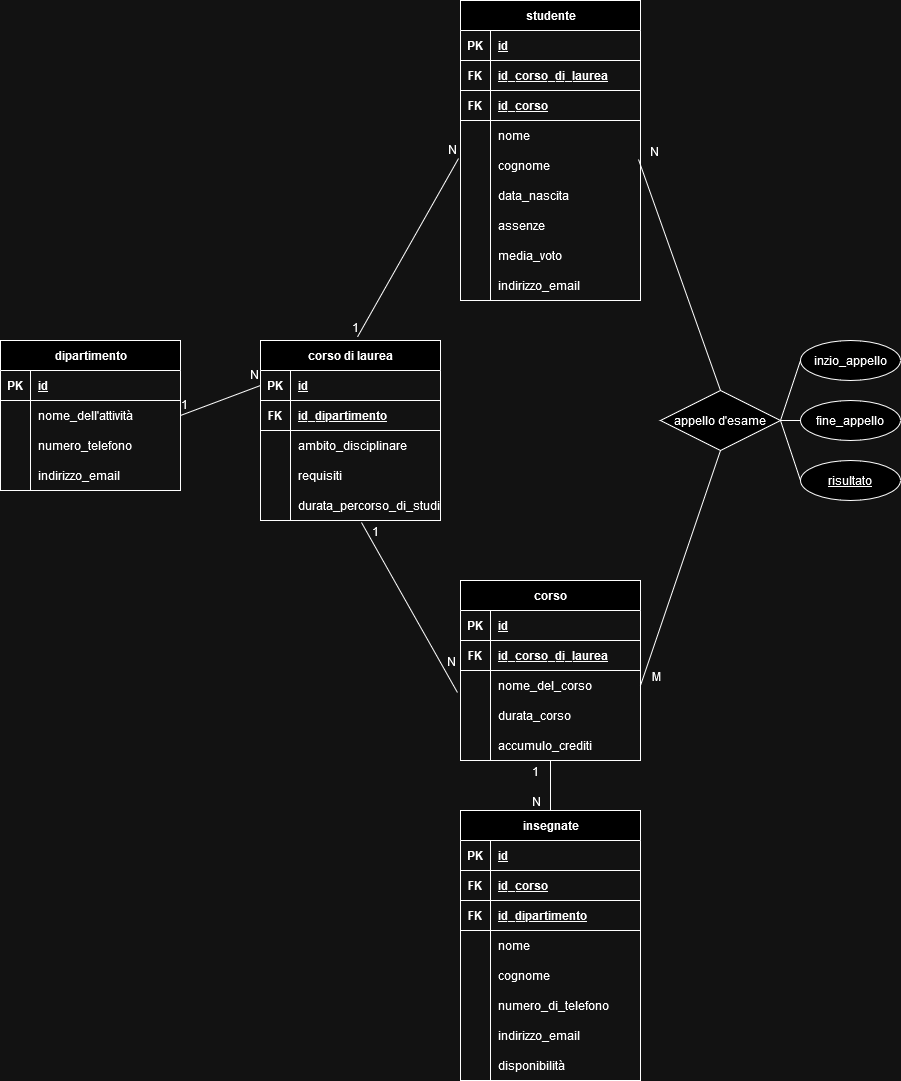
Before: Database università.drawio.png, a diagram exported from draw.io (Pepesalezucchero/db-university). Source tidied: cells renumbered, new cells last; positions are measured from the earlier drawing's top-left corner, leaving out a move shared by most shapes.
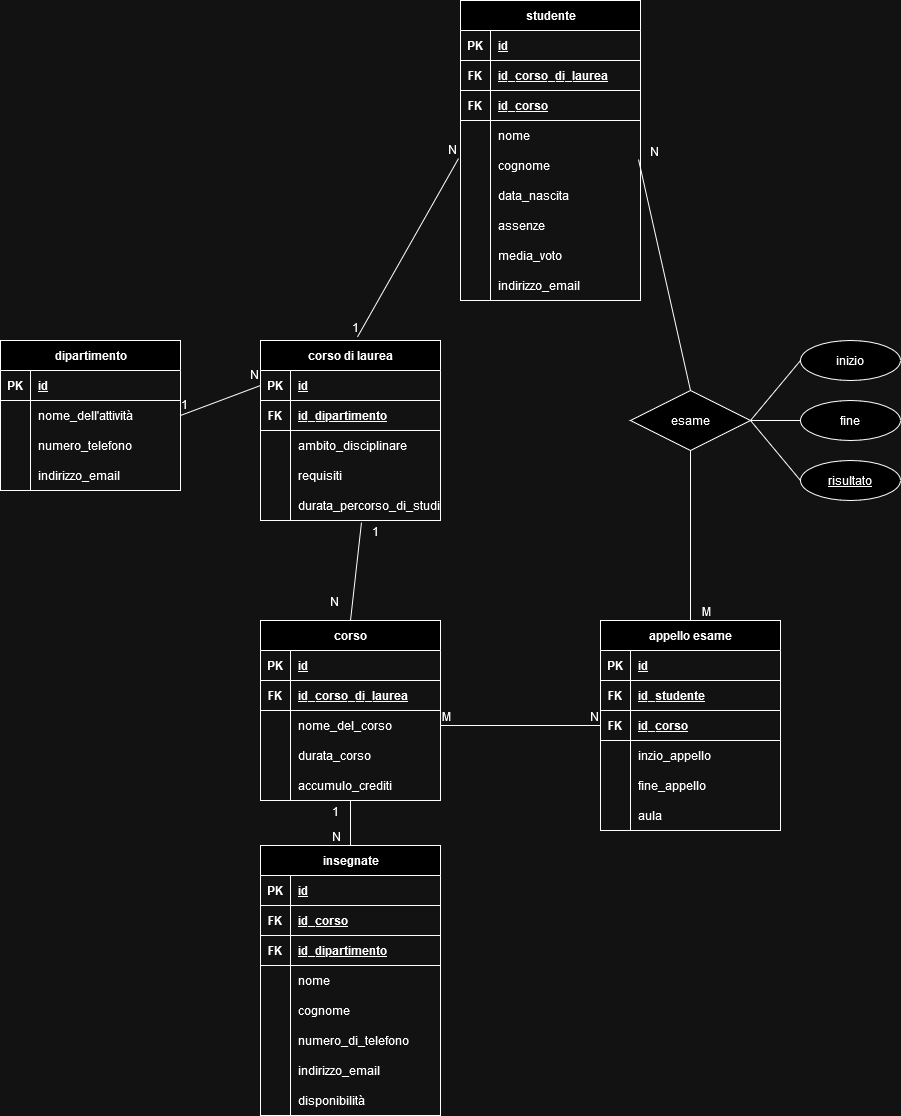
After the change.

Change to the diagram source:
```diff
@@ -90,7 +90,7 @@
       <mxGeometry x="30" width="150" height="30" as="geometry" />
     </mxCell>
     <mxCell id="31" value="corso" style="shape=table;startSize=30;rowLines=0;fontStyle=1;align=center;html=1;" parent="1" vertex="1">
-      <mxGeometry x="460" y="580" width="180" height="180" as="geometry" />
+      <mxGeometry x="260" y="620" width="180" height="180" as="geometry" />
     </mxCell>
     <mxCell id="32" style="shape=tableRow;horizontal=0;startSize=0;swimlaneHead=0;swimlaneBody=0;fillColor=none;top=0;left=0;right=0;bottom=1;" parent="31" vertex="1">
       <mxGeometry y="30" width="180" height="30" as="geometry" />
@@ -150,7 +150,7 @@
         <mxPoint y="-2" as="offset" />
       </mxGeometry>
     </mxCell>
-    <mxCell id="50" style="endArrow=none;html=1;rounded=0;entryX=-0.017;entryY=0.733;entryDx=0;entryDy=0;entryPerimeter=0;exitX=0.561;exitY=1.067;exitDx=0;exitDy=0;exitPerimeter=0;" parent="1" edge="1" source="28" target="38">
+    <mxCell id="50" style="endArrow=none;html=1;rounded=0;entryX=0.5;entryY=0;entryDx=0;entryDy=0;exitX=0.561;exitY=1.067;exitDx=0;exitDy=0;exitPerimeter=0;" parent="1" edge="1" source="28" target="31">
       <mxGeometry relative="1" as="geometry" />
     </mxCell>
     <mxCell id="51" value="1" style="html=1;whiteSpace=wrap;align=left;verticalAlign=bottom;" parent="50" vertex="1">
@@ -160,11 +160,11 @@
     </mxCell>
     <mxCell id="52" value="N" style="html=1;whiteSpace=wrap;align=right;verticalAlign=bottom;" parent="50" vertex="1">
       <mxGeometry x="1" relative="1" as="geometry">
-        <mxPoint y="-22" as="offset" />
+        <mxPoint x="-10" y="-10" as="offset" />
       </mxGeometry>
     </mxCell>
     <mxCell id="53" value="insegnate" style="shape=table;startSize=30;rowLines=0;fontStyle=1;align=center;html=1;" parent="1" vertex="1">
-      <mxGeometry x="460" y="810" width="180" height="270" as="geometry" />
+      <mxGeometry x="260" y="845" width="180" height="270" as="geometry" />
     </mxCell>
     <mxCell id="54" style="shape=tableRow;horizontal=0;startSize=0;swimlaneHead=0;swimlaneBody=0;fillColor=none;top=0;left=0;right=0;bottom=1;" parent="53" vertex="1">
       <mxGeometry y="30" width="180" height="30" as="geometry" />
@@ -338,10 +338,10 @@
     </mxCell>
     <mxCell id="110" value="N" style="html=1;whiteSpace=wrap;align=right;verticalAlign=bottom;" parent="109" vertex="1">
       <mxGeometry x="1" relative="1" as="geometry">
-        <mxPoint x="-60" y="-230" as="offset" />
+        <mxPoint x="-30" y="-230" as="offset" />
       </mxGeometry>
     </mxCell>
-    <mxCell id="111" style="endArrow=none;html=1;rounded=0;entryX=0.5;entryY=1;entryDx=0;entryDy=0;exitX=1;exitY=0.5;exitDx=0;exitDy=0;" parent="1" edge="1" source="38" target="113">
+    <mxCell id="111" style="endArrow=none;html=1;rounded=0;entryX=0.5;entryY=1;entryDx=0;entryDy=0;exitX=0.5;exitY=0;exitDx=0;exitDy=0;" parent="1" edge="1" source="123" target="113">
       <mxGeometry relative="1" as="geometry" />
     </mxCell>
     <mxCell id="112" value="M" style="html=1;whiteSpace=wrap;align=left;verticalAlign=bottom;" parent="111" vertex="1">
@@ -349,19 +349,17 @@
         <mxPoint x="10" as="offset" />
       </mxGeometry>
     </mxCell>
-    <mxCell id="113" value="appello d'esame" style="shape=rhombus;perimeter=rhombusPerimeter;whiteSpace=wrap;html=1;align=center;" parent="1" vertex="1">
-      <mxGeometry x="660" y="390" width="120" height="60" as="geometry" />
+    <mxCell id="113" value="esame" style="shape=rhombus;perimeter=rhombusPerimeter;whiteSpace=wrap;html=1;align=center;" parent="1" vertex="1">
+      <mxGeometry x="630" y="390" width="120" height="60" as="geometry" />
     </mxCell>
-    <mxCell id="114" value="inzio_appello" style="ellipse;whiteSpace=wrap;html=1;align=center;" parent="1" vertex="1">
+    <mxCell id="114" value="inizio" style="ellipse;whiteSpace=wrap;html=1;align=center;" parent="1" vertex="1">
       <mxGeometry x="800" y="340" width="100" height="40" as="geometry" />
     </mxCell>
-    <mxCell id="115" value="fine_appello" style="ellipse;whiteSpace=wrap;html=1;align=center;" parent="1" vertex="1">
+    <mxCell id="115" value="fine" style="ellipse;whiteSpace=wrap;html=1;align=center;" parent="1" vertex="1">
       <mxGeometry x="800" y="400" width="100" height="40" as="geometry" />
     </mxCell>
-    <mxCell id="116" style="endArrow=none;html=1;rounded=0;entryX=0;entryY=0.5;entryDx=0;entryDy=0;" parent="1" edge="1" target="114">
-      <mxGeometry relative="1" as="geometry">
-        <mxPoint x="780" y="420" as="sourcePoint" />
-      </mxGeometry>
+    <mxCell id="116" style="endArrow=none;html=1;rounded=0;entryX=0;entryY=0.5;entryDx=0;entryDy=0;exitX=1;exitY=0.5;exitDx=0;exitDy=0;" parent="1" edge="1" source="113" target="114">
+      <mxGeometry relative="1" as="geometry" />
     </mxCell>
     <mxCell id="117" style="endArrow=none;html=1;rounded=0;entryX=0;entryY=0.5;entryDx=0;entryDy=0;exitX=1;exitY=0.5;exitDx=0;exitDy=0;" parent="1" edge="1" source="113" target="115">
       <mxGeometry relative="1" as="geometry" />
@@ -385,5 +383,71 @@
         <mxPoint x="-10" y="20" as="offset" />
       </mxGeometry>
     </mxCell>
+    <mxCell id="123" value="appello esame" style="shape=table;startSize=30;rowLines=0;fontStyle=1;align=center;html=1;" parent="1" vertex="1">
+      <mxGeometry x="600" y="620" width="180" height="210" as="geometry" />
+    </mxCell>
+    <mxCell id="124" style="shape=tableRow;horizontal=0;startSize=0;swimlaneHead=0;swimlaneBody=0;fillColor=none;top=0;left=0;right=0;bottom=1;" parent="123" vertex="1">
+      <mxGeometry y="30" width="180" height="30" as="geometry" />
+    </mxCell>
+    <mxCell id="125" value="PK" style="shape=partialRectangle;fillColor=none;top=0;left=0;bottom=0;right=0;fontStyle=1;overflow=hidden;whiteSpace=wrap;html=1;" parent="124" vertex="1">
+      <mxGeometry width="30" height="30" as="geometry" />
+    </mxCell>
+    <mxCell id="126" value="id" style="shape=partialRectangle;fillColor=none;top=0;left=0;bottom=0;right=0;align=left;spacingLeft=6;fontStyle=5;overflow=hidden;whiteSpace=wrap;html=1;" parent="124" vertex="1">
+      <mxGeometry x="30" width="150" height="30" as="geometry" />
+    </mxCell>
+    <mxCell id="127" style="shape=tableRow;horizontal=0;startSize=0;swimlaneHead=0;swimlaneBody=0;fillColor=none;top=0;left=0;right=0;bottom=1;" parent="123" vertex="1">
+      <mxGeometry y="60" width="180" height="30" as="geometry" />
+    </mxCell>
+    <mxCell id="128" value="FK" style="shape=partialRectangle;fillColor=none;top=0;left=0;bottom=0;right=0;fontStyle=1;overflow=hidden;whiteSpace=wrap;html=1;" parent="127" vertex="1">
+      <mxGeometry width="30" height="30" as="geometry" />
+    </mxCell>
+    <mxCell id="129" value="id_studente" style="shape=partialRectangle;fillColor=none;top=0;left=0;bottom=0;right=0;align=left;spacingLeft=6;fontStyle=5;overflow=hidden;whiteSpace=wrap;html=1;" parent="127" vertex="1">
+      <mxGeometry x="30" width="150" height="30" as="geometry" />
+    </mxCell>
+    <mxCell id="130" style="shape=tableRow;horizontal=0;startSize=0;swimlaneHead=0;swimlaneBody=0;fillColor=none;top=0;left=0;right=0;bottom=1;" parent="123" vertex="1">
+      <mxGeometry y="90" width="180" height="30" as="geometry" />
+    </mxCell>
+    <mxCell id="131" value="FK" style="shape=partialRectangle;fillColor=none;top=0;left=0;bottom=0;right=0;fontStyle=1;overflow=hidden;whiteSpace=wrap;html=1;" parent="130" vertex="1">
+      <mxGeometry width="30" height="30" as="geometry" />
+    </mxCell>
+    <mxCell id="132" value="id_corso" style="shape=partialRectangle;fillColor=none;top=0;left=0;bottom=0;right=0;align=left;spacingLeft=6;fontStyle=5;overflow=hidden;whiteSpace=wrap;html=1;" parent="130" vertex="1">
+      <mxGeometry x="30" width="150" height="30" as="geometry" />
+    </mxCell>
+    <mxCell id="133" style="shape=tableRow;horizontal=0;startSize=0;swimlaneHead=0;swimlaneBody=0;fillColor=none;top=0;left=0;right=0;bottom=0;" parent="123" vertex="1">
+      <mxGeometry y="120" width="180" height="30" as="geometry" />
+    </mxCell>
+    <mxCell id="134" style="shape=partialRectangle;fillColor=none;top=0;left=0;bottom=0;right=0;overflow=hidden;whiteSpace=wrap;html=1;" parent="133" vertex="1">
+      <mxGeometry width="30" height="30" as="geometry" />
+    </mxCell>
+    <mxCell id="135" value="inzio_appello" style="shape=partialRectangle;fillColor=none;top=0;left=0;bottom=0;right=0;align=left;spacingLeft=6;overflow=hidden;whiteSpace=wrap;html=1;" parent="133" vertex="1">
+      <mxGeometry x="30" width="150" height="30" as="geometry" />
+    </mxCell>
+    <mxCell id="136" style="shape=tableRow;horizontal=0;startSize=0;swimlaneHead=0;swimlaneBody=0;fillColor=none;top=0;left=0;right=0;bottom=0;" parent="123" vertex="1">
+      <mxGeometry y="150" width="180" height="30" as="geometry" />
+    </mxCell>
+    <mxCell id="137" style="shape=partialRectangle;fillColor=none;top=0;left=0;bottom=0;right=0;overflow=hidden;whiteSpace=wrap;html=1;" parent="136" vertex="1">
+      <mxGeometry width="30" height="30" as="geometry" />
+    </mxCell>
+    <mxCell id="138" value="fine_appello" style="shape=partialRectangle;fillColor=none;top=0;left=0;bottom=0;right=0;align=left;spacingLeft=6;overflow=hidden;whiteSpace=wrap;html=1;" parent="136" vertex="1">
+      <mxGeometry x="30" width="150" height="30" as="geometry" />
+    </mxCell>
+    <mxCell id="139" style="shape=tableRow;horizontal=0;startSize=0;swimlaneHead=0;swimlaneBody=0;fillColor=none;top=0;left=0;right=0;bottom=0;" parent="123" vertex="1">
+      <mxGeometry y="180" width="180" height="30" as="geometry" />
+    </mxCell>
+    <mxCell id="140" style="shape=partialRectangle;fillColor=none;top=0;left=0;bottom=0;right=0;overflow=hidden;whiteSpace=wrap;html=1;" parent="139" vertex="1">
+      <mxGeometry width="30" height="30" as="geometry" />
+    </mxCell>
+    <mxCell id="141" value="aula" style="shape=partialRectangle;fillColor=none;top=0;left=0;bottom=0;right=0;align=left;spacingLeft=6;overflow=hidden;whiteSpace=wrap;html=1;" parent="139" vertex="1">
+      <mxGeometry x="30" width="150" height="30" as="geometry" />
+    </mxCell>
+    <mxCell id="142" style="endArrow=none;html=1;rounded=0;exitX=1;exitY=0.5;exitDx=0;exitDy=0;entryX=0;entryY=0.5;entryDx=0;entryDy=0;" parent="1" edge="1" source="38" target="123">
+      <mxGeometry relative="1" as="geometry" />
+    </mxCell>
+    <mxCell id="143" value="M" style="html=1;whiteSpace=wrap;align=left;verticalAlign=bottom;" parent="142" vertex="1">
+      <mxGeometry x="-1" relative="1" as="geometry" />
+    </mxCell>
+    <mxCell id="144" value="N" style="html=1;whiteSpace=wrap;align=right;verticalAlign=bottom;" parent="142" vertex="1">
+      <mxGeometry x="1" relative="1" as="geometry" />
+    </mxCell>
   </root>
 </mxGraphModel>
```
